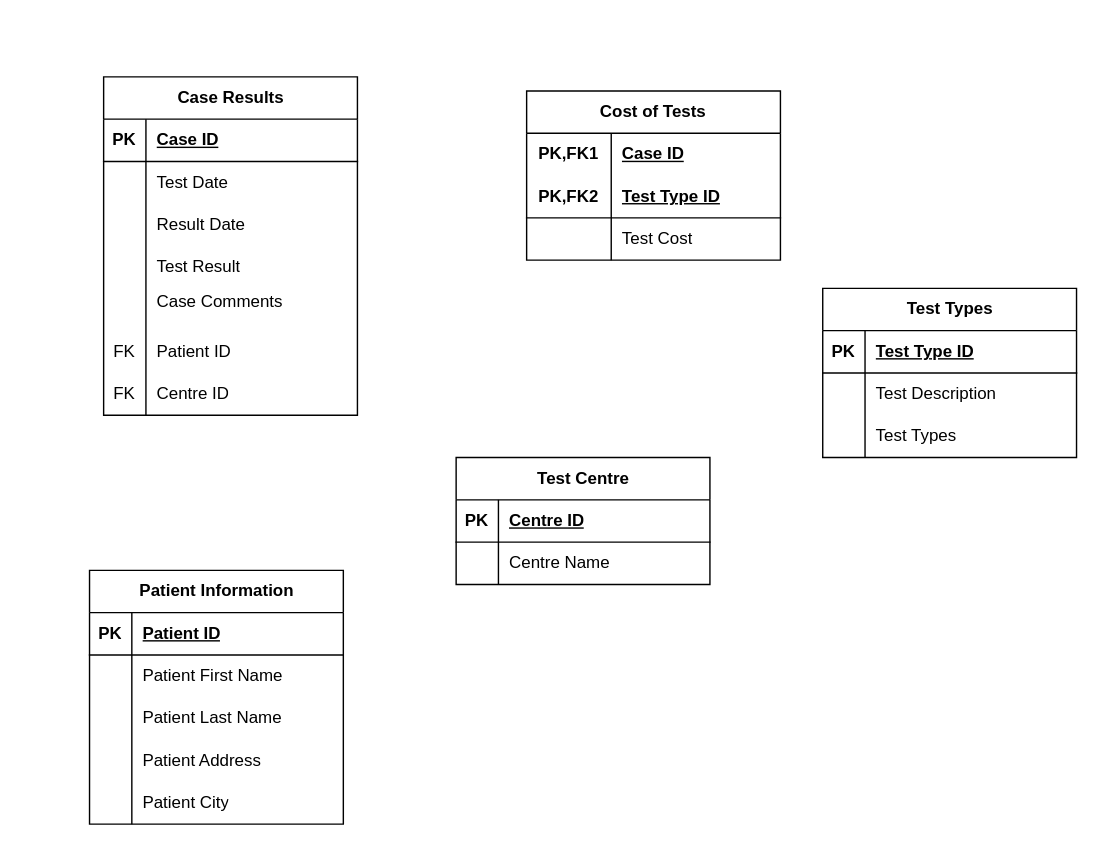
The draw.io diagram Untitled Diagram.drawio in patrickabrena/normalization-assignment, before the edit. Source tidied: cells renumbered, new cells numbered last; positions are measured from the earlier drawing's top-left corner, leaving out a move shared by most shapes. Both pictures are drawn from the tidied source at 141%, with x=0, y=0 at pixel (89, 76).
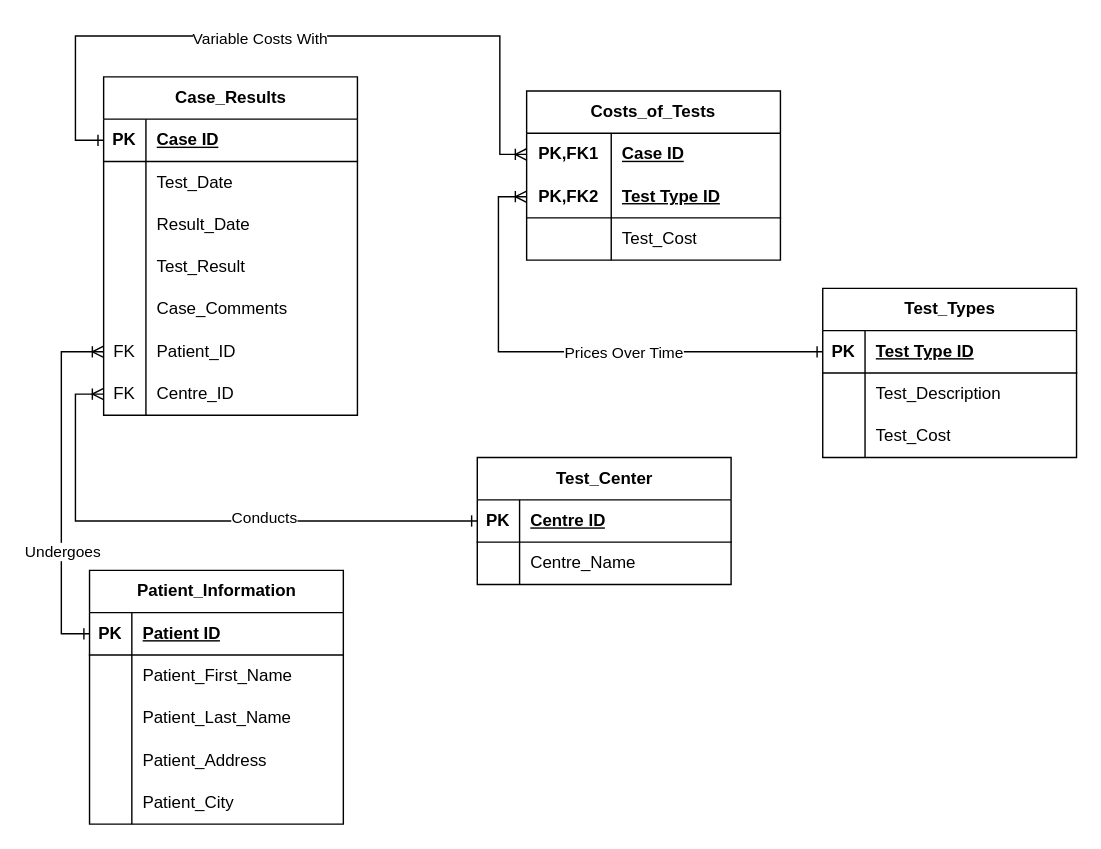
The same diagram, later.

Commit message:
good enough

The change refers to these unchanged cells:
```xml
<mxCell id="3" style="shape=tableRow;horizontal=0;startSize=0;swimlaneHead=0;swimlaneBody=0;fillColor=none;points=[[0,0.5],[1,0.5]];portConstraint=eastwest;top=0;left=0;right=0;bottom=1;" parent="2" vertex="1">
  <mxGeometry y="30" width="180" height="30" as="geometry" />
</mxCell>
<mxCell id="6" style="shape=tableRow;horizontal=0;startSize=0;swimlaneHead=0;swimlaneBody=0;fillColor=none;top=0;left=0;right=0;bottom=0;" parent="2" vertex="1">
  <mxGeometry y="60" width="180" height="30" as="geometry" />
</mxCell>
<mxCell id="9" style="shape=tableRow;horizontal=0;startSize=0;swimlaneHead=0;swimlaneBody=0;fillColor=none;top=0;left=0;right=0;bottom=0;" parent="2" vertex="1">
  <mxGeometry y="90" width="180" height="30" as="geometry" />
</mxCell>
<mxCell id="12" style="shape=tableRow;horizontal=0;startSize=0;swimlaneHead=0;swimlaneBody=0;fillColor=none;top=0;left=0;right=0;bottom=0;" parent="2" vertex="1">
  <mxGeometry y="120" width="180" height="30" as="geometry" />
</mxCell>
<mxCell id="15" style="shape=tableRow;horizontal=0;startSize=0;swimlaneHead=0;swimlaneBody=0;fillColor=none;top=0;left=0;right=0;bottom=0;" parent="2" vertex="1">
  <mxGeometry y="150" width="180" height="30" as="geometry" />
</mxCell>
<mxCell id="18" style="shape=tableRow;horizontal=0;startSize=0;swimlaneHead=0;swimlaneBody=0;fillColor=none;points=[[0,0.5],[1,0.5]];portConstraint=eastwest;top=0;left=0;right=0;bottom=0;" parent="2" vertex="1">
  <mxGeometry y="180" width="180" height="30" as="geometry" />
</mxCell>
<mxCell id="21" style="shape=tableRow;horizontal=0;startSize=0;swimlaneHead=0;swimlaneBody=0;fillColor=none;points=[[0,0.5],[1,0.5]];portConstraint=eastwest;top=0;left=0;right=0;bottom=0;" parent="2" vertex="1">
  <mxGeometry y="210" width="180" height="30" as="geometry" />
</mxCell>
<mxCell id="25" style="shape=tableRow;horizontal=0;startSize=0;swimlaneHead=0;swimlaneBody=0;fillColor=none;points=[[0,0.5],[1,0.5]];portConstraint=eastwest;top=0;left=0;right=0;bottom=0;html=1;" parent="24" vertex="1">
  <mxGeometry y="30" width="180" height="30" as="geometry" />
</mxCell>
<mxCell id="28" style="shape=tableRow;horizontal=0;startSize=0;swimlaneHead=0;swimlaneBody=0;fillColor=none;points=[[0,0.5],[1,0.5]];portConstraint=eastwest;top=0;left=0;right=0;bottom=1;html=1;" parent="24" vertex="1">
  <mxGeometry y="60" width="180" height="30" as="geometry" />
</mxCell>
<mxCell id="31" style="shape=tableRow;horizontal=0;startSize=0;swimlaneHead=0;swimlaneBody=0;fillColor=none;top=0;left=0;right=0;bottom=0;html=1;" parent="24" vertex="1">
  <mxGeometry y="90" width="180" height="30" as="geometry" />
</mxCell>
<mxCell id="38" style="shape=tableRow;horizontal=0;startSize=0;swimlaneHead=0;swimlaneBody=0;fillColor=none;top=0;left=0;right=0;bottom=0;" parent="34" vertex="1">
  <mxGeometry y="60" width="180" height="30" as="geometry" />
</mxCell>
<mxCell id="41" style="shape=tableRow;horizontal=0;startSize=0;swimlaneHead=0;swimlaneBody=0;fillColor=none;top=0;left=0;right=0;bottom=0;" parent="34" vertex="1">
  <mxGeometry y="90" width="180" height="30" as="geometry" />
</mxCell>
<mxCell id="44" style="shape=tableRow;horizontal=0;startSize=0;swimlaneHead=0;swimlaneBody=0;fillColor=none;top=0;left=0;right=0;bottom=0;" parent="34" vertex="1">
  <mxGeometry y="120" width="180" height="30" as="geometry" />
</mxCell>
<mxCell id="47" style="shape=tableRow;horizontal=0;startSize=0;swimlaneHead=0;swimlaneBody=0;fillColor=none;top=0;left=0;right=0;bottom=0;" parent="34" vertex="1">
  <mxGeometry y="150" width="180" height="30" as="geometry" />
</mxCell>
<mxCell id="54" style="shape=tableRow;horizontal=0;startSize=0;swimlaneHead=0;swimlaneBody=0;fillColor=none;top=0;left=0;right=0;bottom=0;" parent="50" vertex="1">
  <mxGeometry y="60" width="180" height="30" as="geometry" />
</mxCell>
<mxCell id="58" style="shape=tableRow;horizontal=0;startSize=0;swimlaneHead=0;swimlaneBody=0;fillColor=none;points=[[0,0.5],[1,0.5]];portConstraint=eastwest;top=0;left=0;right=0;bottom=1;" parent="57" vertex="1">
  <mxGeometry y="30" width="180" height="30" as="geometry" />
</mxCell>
<mxCell id="61" style="shape=tableRow;horizontal=0;startSize=0;swimlaneHead=0;swimlaneBody=0;fillColor=none;top=0;left=0;right=0;bottom=0;" parent="57" vertex="1">
  <mxGeometry y="60" width="180" height="30" as="geometry" />
</mxCell>
<mxCell id="64" style="shape=tableRow;horizontal=0;startSize=0;swimlaneHead=0;swimlaneBody=0;fillColor=none;top=0;left=0;right=0;bottom=0;" parent="57" vertex="1">
  <mxGeometry y="90" width="180" height="30" as="geometry" />
</mxCell>
```

What changed in the source:
```diff
@@
-    <mxCell id="2" value="Case Results" style="shape=table;startSize=30;childLayout=tableLayout;rowLines=0;fontStyle=1;align=center;html=1;" parent="1" vertex="1">
+    <mxCell id="2" value="Case_Results" style="shape=table;startSize=30;childLayout=tableLayout;rowLines=0;fontStyle=1;align=center;html=1;" parent="1" vertex="1">
       <mxGeometry x="10" width="180" height="240" as="geometry" />
     </mxCell>
@@
-    <mxCell id="8" value="Test Date" style="shape=partialRectangle;fillColor=none;top=0;left=0;bottom=0;right=0;align=left;spacingLeft=6;overflow=hidden;whiteSpace=wrap;html=1;" parent="6" vertex="1">
+    <mxCell id="8" value="Test_Date" style="shape=partialRectangle;fillColor=none;top=0;left=0;bottom=0;right=0;align=left;spacingLeft=6;overflow=hidden;whiteSpace=wrap;html=1;" parent="6" vertex="1">
       <mxGeometry x="30" width="150" height="30" as="geometry" />
     </mxCell>
@@
-    <mxCell id="11" value="Result Date" style="shape=partialRectangle;fillColor=none;top=0;left=0;bottom=0;right=0;align=left;spacingLeft=6;overflow=hidden;whiteSpace=wrap;html=1;" parent="9" vertex="1">
+    <mxCell id="11" value="Result_Date" style="shape=partialRectangle;fillColor=none;top=0;left=0;bottom=0;right=0;align=left;spacingLeft=6;overflow=hidden;whiteSpace=wrap;html=1;" parent="9" vertex="1">
       <mxGeometry x="30" width="150" height="30" as="geometry" />
     </mxCell>
@@
-    <mxCell id="14" value="Test Result" style="shape=partialRectangle;fillColor=none;top=0;left=0;bottom=0;right=0;align=left;spacingLeft=6;overflow=hidden;whiteSpace=wrap;html=1;" parent="12" vertex="1">
+    <mxCell id="14" value="Test_Result" style="shape=partialRectangle;fillColor=none;top=0;left=0;bottom=0;right=0;align=left;spacingLeft=6;overflow=hidden;whiteSpace=wrap;html=1;" parent="12" vertex="1">
       <mxGeometry x="30" width="150" height="30" as="geometry" />
     </mxCell>
@@
-    <mxCell id="17" value="&lt;div&gt;Case Comments&lt;/div&gt;&lt;div&gt;&lt;br&gt;&lt;/div&gt;" style="shape=partialRectangle;fillColor=none;top=0;left=0;bottom=0;right=0;align=left;spacingLeft=6;overflow=hidden;whiteSpace=wrap;html=1;" parent="15" vertex="1">
+    <mxCell id="17" value="Case_Comments" style="shape=partialRectangle;fillColor=none;top=0;left=0;bottom=0;right=0;align=left;spacingLeft=6;overflow=hidden;whiteSpace=wrap;html=1;" parent="15" vertex="1">
       <mxGeometry x="30" width="150" height="30" as="geometry" />
     </mxCell>
@@
-    <mxCell id="20" value="Patient ID" style="shape=partialRectangle;fillColor=none;top=0;left=0;bottom=0;right=0;align=left;spacingLeft=6;overflow=hidden;whiteSpace=wrap;html=1;" parent="18" vertex="1">
+    <mxCell id="20" value="Patient_ID" style="shape=partialRectangle;fillColor=none;top=0;left=0;bottom=0;right=0;align=left;spacingLeft=6;overflow=hidden;whiteSpace=wrap;html=1;" parent="18" vertex="1">
       <mxGeometry x="30" width="150" height="30" as="geometry" />
     </mxCell>
@@
-    <mxCell id="23" value="Centre ID" style="shape=partialRectangle;fillColor=none;top=0;left=0;bottom=0;right=0;align=left;spacingLeft=6;overflow=hidden;whiteSpace=wrap;html=1;" parent="21" vertex="1">
+    <mxCell id="23" value="Centre_ID" style="shape=partialRectangle;fillColor=none;top=0;left=0;bottom=0;right=0;align=left;spacingLeft=6;overflow=hidden;whiteSpace=wrap;html=1;" parent="21" vertex="1">
       <mxGeometry x="30" width="150" height="30" as="geometry" />
     </mxCell>
-    <mxCell id="24" value="Cost of Tests" style="shape=table;startSize=30;childLayout=tableLayout;rowLines=0;fontStyle=1;align=center;html=1;whiteSpace=wrap;" parent="1" vertex="1">
+    <mxCell id="24" value="Costs_of_Tests" style="shape=table;startSize=30;childLayout=tableLayout;rowLines=0;fontStyle=1;align=center;html=1;whiteSpace=wrap;" parent="1" vertex="1">
       <mxGeometry x="310" y="10" width="180" height="120" as="geometry" />
     </mxCell>
@@
-    <mxCell id="33" value="Test Cost" style="shape=partialRectangle;fillColor=none;top=0;left=0;bottom=0;right=0;align=left;spacingLeft=6;overflow=hidden;html=1;whiteSpace=wrap;" parent="31" vertex="1">
+    <mxCell id="33" value="Test_Cost" style="shape=partialRectangle;fillColor=none;top=0;left=0;bottom=0;right=0;align=left;spacingLeft=6;overflow=hidden;html=1;whiteSpace=wrap;" parent="31" vertex="1">
       <mxGeometry x="60" width="120" height="30" as="geometry" />
     </mxCell>
+    <mxCell id="67" style="edgeStyle=orthogonalEdgeStyle;rounded=0;jettySize=auto;html=1;exitX=0;exitY=0.25;exitDx=0;exitDy=0;startArrow=ERone;startFill=0;endArrow=ERoneToMany;endFill=0;" parent="1" edge="1" source="34" target="18">
+      <mxGeometry relative="1" as="geometry" />
+    </mxCell>
+    <mxCell id="68" value="Undergoes" style="edgeLabel;html=1;align=center;verticalAlign=middle;" parent="67" vertex="1">
+      <mxGeometry x="-0.37" relative="1" as="geometry" />
+    </mxCell>
-    <mxCell id="34" value="Patient Information" style="shape=table;startSize=30;childLayout=tableLayout;rowLines=0;fontStyle=1;align=center;html=1;" parent="1" vertex="1">
+    <mxCell id="34" value="Patient_Information" style="shape=table;startSize=30;childLayout=tableLayout;rowLines=0;fontStyle=1;align=center;html=1;" parent="1" vertex="1">
       <mxGeometry y="350" width="180" height="180" as="geometry" />
     </mxCell>
@@
-    <mxCell id="40" value="Patient First Name" style="shape=partialRectangle;fillColor=none;top=0;left=0;bottom=0;right=0;align=left;spacingLeft=6;overflow=hidden;whiteSpace=wrap;html=1;" parent="38" vertex="1">
+    <mxCell id="40" value="Patient_First_Name" style="shape=partialRectangle;fillColor=none;top=0;left=0;bottom=0;right=0;align=left;spacingLeft=6;overflow=hidden;whiteSpace=wrap;html=1;" parent="38" vertex="1">
       <mxGeometry x="30" width="150" height="30" as="geometry" />
     </mxCell>
@@
-    <mxCell id="43" value="Patient Last Name" style="shape=partialRectangle;fillColor=none;top=0;left=0;bottom=0;right=0;align=left;spacingLeft=6;overflow=hidden;whiteSpace=wrap;html=1;" parent="41" vertex="1">
+    <mxCell id="43" value="Patient_Last_Name" style="shape=partialRectangle;fillColor=none;top=0;left=0;bottom=0;right=0;align=left;spacingLeft=6;overflow=hidden;whiteSpace=wrap;html=1;" parent="41" vertex="1">
       <mxGeometry x="30" width="150" height="30" as="geometry" />
     </mxCell>
@@
-    <mxCell id="46" value="Patient Address" style="shape=partialRectangle;fillColor=none;top=0;left=0;bottom=0;right=0;align=left;spacingLeft=6;overflow=hidden;whiteSpace=wrap;html=1;" parent="44" vertex="1">
+    <mxCell id="46" value="Patient_Address" style="shape=partialRectangle;fillColor=none;top=0;left=0;bottom=0;right=0;align=left;spacingLeft=6;overflow=hidden;whiteSpace=wrap;html=1;" parent="44" vertex="1">
       <mxGeometry x="30" width="150" height="30" as="geometry" />
     </mxCell>
@@
-    <mxCell id="49" value="Patient City" style="shape=partialRectangle;fillColor=none;top=0;left=0;bottom=0;right=0;align=left;spacingLeft=6;overflow=hidden;whiteSpace=wrap;html=1;" parent="47" vertex="1">
+    <mxCell id="49" value="Patient_City" style="shape=partialRectangle;fillColor=none;top=0;left=0;bottom=0;right=0;align=left;spacingLeft=6;overflow=hidden;whiteSpace=wrap;html=1;" parent="47" vertex="1">
       <mxGeometry x="30" width="150" height="30" as="geometry" />
     </mxCell>
+    <mxCell id="69" style="edgeStyle=orthogonalEdgeStyle;rounded=0;jettySize=auto;html=1;exitX=0;exitY=0.5;exitDx=0;exitDy=0;entryX=0;entryY=0.5;entryDx=0;entryDy=0;endArrow=ERoneToMany;endFill=0;startArrow=ERone;startFill=0;" parent="1" edge="1" source="50" target="21">
+      <mxGeometry relative="1" as="geometry" />
+    </mxCell>
+    <mxCell id="70" value="Conducts" style="edgeLabel;html=1;align=center;verticalAlign=middle;" parent="69" vertex="1">
+      <mxGeometry x="-0.23" y="-3" relative="1" as="geometry" />
+    </mxCell>
-    <mxCell id="50" value="Test Centre" style="shape=table;startSize=30;childLayout=tableLayout;rowLines=0;fontStyle=1;align=center;html=1;" parent="1" vertex="1">
-      <mxGeometry x="260" y="270" width="180" height="90" as="geometry" />
+    <mxCell id="50" value="Test_Center" style="shape=table;startSize=30;childLayout=tableLayout;rowLines=0;fontStyle=1;align=center;html=1;" parent="1" vertex="1">
+      <mxGeometry x="275" y="270" width="180" height="90" as="geometry" />
     </mxCell>
@@
-    <mxCell id="56" value="Centre Name" style="shape=partialRectangle;fillColor=none;top=0;left=0;bottom=0;right=0;align=left;spacingLeft=6;overflow=hidden;whiteSpace=wrap;html=1;" parent="54" vertex="1">
+    <mxCell id="56" value="Centre_Name" style="shape=partialRectangle;fillColor=none;top=0;left=0;bottom=0;right=0;align=left;spacingLeft=6;overflow=hidden;whiteSpace=wrap;html=1;" parent="54" vertex="1">
       <mxGeometry x="30" width="150" height="30" as="geometry" />
     </mxCell>
-    <mxCell id="57" value="Test Types" style="shape=table;startSize=30;childLayout=tableLayout;rowLines=0;fontStyle=1;align=center;html=1;" parent="1" vertex="1">
+    <mxCell id="57" value="Test_Types" style="shape=table;startSize=30;childLayout=tableLayout;rowLines=0;fontStyle=1;align=center;html=1;" parent="1" vertex="1">
       <mxGeometry x="520" y="150" width="180" height="120" as="geometry" />
     </mxCell>
@@
-    <mxCell id="63" value="Test Description" style="shape=partialRectangle;fillColor=none;top=0;left=0;bottom=0;right=0;align=left;spacingLeft=6;overflow=hidden;whiteSpace=wrap;html=1;" parent="61" vertex="1">
+    <mxCell id="63" value="Test_Description" style="shape=partialRectangle;fillColor=none;top=0;left=0;bottom=0;right=0;align=left;spacingLeft=6;overflow=hidden;whiteSpace=wrap;html=1;" parent="61" vertex="1">
       <mxGeometry x="30" width="150" height="30" as="geometry" />
     </mxCell>
@@
-    <mxCell id="66" value="Test Types" style="shape=partialRectangle;fillColor=none;top=0;left=0;bottom=0;right=0;align=left;spacingLeft=6;overflow=hidden;whiteSpace=wrap;html=1;" parent="64" vertex="1">
+    <mxCell id="66" value="Test_Cost" style="shape=partialRectangle;fillColor=none;top=0;left=0;bottom=0;right=0;align=left;spacingLeft=6;overflow=hidden;whiteSpace=wrap;html=1;" parent="64" vertex="1">
       <mxGeometry x="30" width="150" height="30" as="geometry" />
     </mxCell>
+    <mxCell id="71" style="edgeStyle=orthogonalEdgeStyle;rounded=0;jettySize=auto;html=1;exitX=0;exitY=0.5;exitDx=0;exitDy=0;entryX=0;entryY=0.5;entryDx=0;entryDy=0;startArrow=ERone;startFill=0;endArrow=ERoneToMany;endFill=0;" parent="1" edge="1" source="3" target="25">
+      <mxGeometry relative="1" as="geometry">
+        <Array as="points">
+          <mxPoint x="-10" y="45" />
+          <mxPoint x="-10" y="-29" />
+          <mxPoint x="291" y="-29" />
+          <mxPoint x="291" y="55" />
+        </Array>
+      </mxGeometry>
+    </mxCell>
+    <mxCell id="72" value="Variable Costs With" style="edgeLabel;html=1;align=center;verticalAlign=middle;" parent="71" vertex="1">
+      <mxGeometry x="-0.1" y="-1" relative="1" as="geometry" />
+    </mxCell>
+    <mxCell id="73" style="edgeStyle=orthogonalEdgeStyle;rounded=0;jettySize=auto;html=1;exitX=0;exitY=0.5;exitDx=0;exitDy=0;entryX=0;entryY=0.5;entryDx=0;entryDy=0;startArrow=ERone;startFill=0;endArrow=ERoneToMany;endFill=0;" parent="1" edge="1" source="58" target="28">
+      <mxGeometry relative="1" as="geometry" />
+    </mxCell>
+    <mxCell id="74" value="Prices Over Time" style="edgeLabel;html=1;align=center;verticalAlign=middle;" parent="73" vertex="1">
+      <mxGeometry x="-0.21" relative="1" as="geometry" />
+    </mxCell>
```
